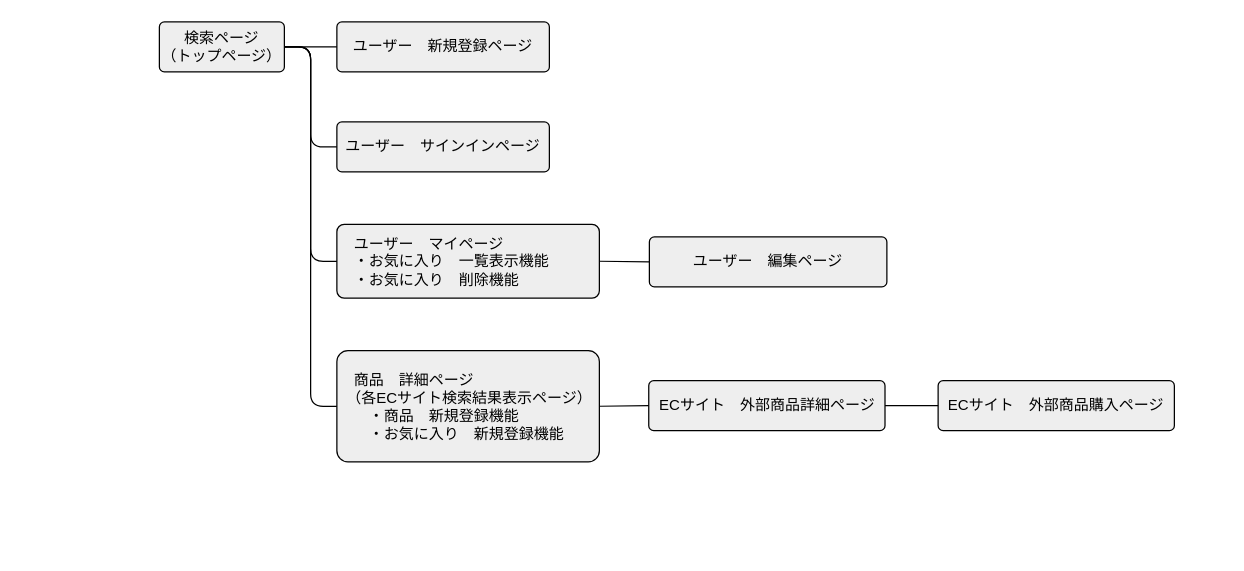
The draw.io diagram Screen-transition-diagram.dio in Koba-Qin-GitHub/smart-buyer, before the edit. Source tidied: cells renumbered, new cells numbered last; positions are measured from the earlier drawing's top-left corner, leaving out a move shared by most shapes. Both pictures are drawn from the tidied source at 125%, with x=0, y=0 at pixel (159, 21).
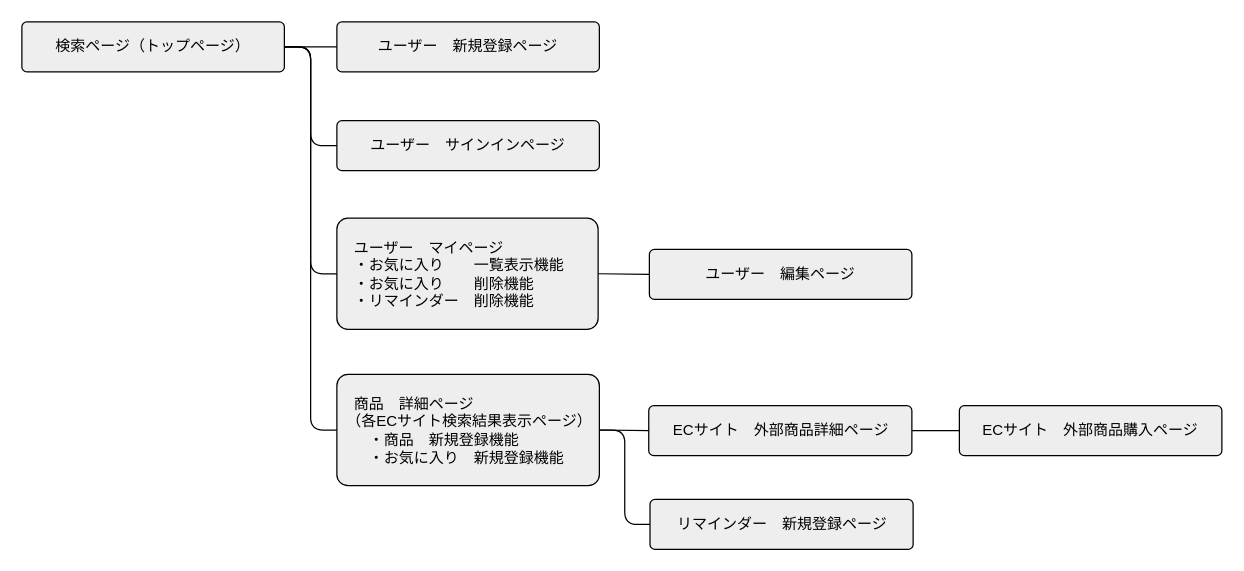
The same page after the edit.

Diff of the diagram source:
```diff
@@
 <mxGraphModel background="#FFFFFF">
   <root>
     <mxCell id="0" />
     <mxCell id="1" parent="0" />
-    <mxCell id="2" value="検索ページ&lt;br&gt;（トップページ）" style="rounded=1;arcSize=10;whiteSpace=wrap;html=1;align=center;fillColor=#eeeeee;" parent="1" vertex="1">
-      <mxGeometry width="100" height="40" as="geometry" />
+    <mxCell id="2" value="検索ページ（トップページ）" style="rounded=1;arcSize=10;whiteSpace=wrap;html=1;align=center;fillColor=#eeeeee;" parent="1" vertex="1">
+      <mxGeometry x="-110" width="210" height="40" as="geometry" />
     </mxCell>
     <mxCell id="3" value="ユーザー　サインインページ" style="rounded=1;arcSize=10;whiteSpace=wrap;html=1;align=center;fillColor=#eeeeee;" parent="1" vertex="1">
-      <mxGeometry x="142" y="80" width="170" height="40" as="geometry" />
+      <mxGeometry x="142" y="79" width="210" height="40" as="geometry" />
     </mxCell>
     <mxCell id="4" value="ユーザー　新規登録ページ" style="rounded=1;arcSize=10;whiteSpace=wrap;html=1;align=center;fillColor=#eeeeee;" parent="1" vertex="1">
-      <mxGeometry x="142" width="170" height="40" as="geometry" />
+      <mxGeometry x="142" width="210" height="40" as="geometry" />
     </mxCell>
-    <mxCell id="5" value="　ユーザー　マイページ&lt;br&gt;　・お気に入り　一覧表示機能&lt;br&gt;　・お気に入り　削除機能" style="rounded=1;arcSize=10;whiteSpace=wrap;html=1;align=left;fillColor=#eeeeee;" parent="1" vertex="1">
-      <mxGeometry x="142" y="162" width="210" height="59" as="geometry" />
+    <mxCell id="5" value="　ユーザー　マイページ&lt;br&gt;　・お気に入り　　一覧表示機能&lt;br&gt;　・お気に入り　　削除機能&lt;br&gt;　・リマインダー　削除機能" style="rounded=1;arcSize=10;whiteSpace=wrap;html=1;align=left;fillColor=#eeeeee;" parent="1" vertex="1">
+      <mxGeometry x="142" y="157" width="209" height="89" as="geometry" />
     </mxCell>
     <mxCell id="6" value="　商品　詳細ページ&lt;br&gt;　（各ECサイト検索結果表示ページ）&lt;br&gt;　　・商品　新規登録機能&lt;br&gt;　　・お気に入り　新規登録機能" style="rounded=1;arcSize=10;whiteSpace=wrap;html=1;align=left;shadow=0;fillColor=#eeeeee;" parent="1" vertex="1">
-      <mxGeometry x="142" y="263" width="210" height="89" as="geometry" />
+      <mxGeometry x="142" y="282" width="210" height="89" as="geometry" />
     </mxCell>
     <mxCell id="7" value="ECサイト　外部商品詳細ページ" style="rounded=1;arcSize=10;whiteSpace=wrap;html=1;align=center;fillColor=#eeeeee;" parent="1" vertex="1">
-      <mxGeometry x="391.5" y="287" width="189" height="40" as="geometry" />
+      <mxGeometry x="391.5" y="307" width="210.5" height="40" as="geometry" />
     </mxCell>
     <mxCell id="8" value="ECサイト　外部商品購入ページ" style="rounded=1;arcSize=10;whiteSpace=wrap;html=1;align=center;fillColor=#eeeeee;" parent="1" vertex="1">
-      <mxGeometry x="623" y="287" width="189" height="40" as="geometry" />
+      <mxGeometry x="640" y="307" width="210" height="40" as="geometry" />
     </mxCell>
     <mxCell id="9" value="ユーザー　編集ページ" style="rounded=1;arcSize=10;whiteSpace=wrap;html=1;align=center;fillColor=#eeeeee;" parent="1" vertex="1">
-      <mxGeometry x="392" y="172" width="190" height="40" as="geometry" />
+      <mxGeometry x="392" y="182" width="210" height="40" as="geometry" />
     </mxCell>
     <mxCell id="10" style="endArrow=none;html=1;entryX=0;entryY=0.5;entryDx=0;entryDy=0;edgeStyle=orthogonalEdgeStyle;elbow=vertical;exitX=1;exitY=0.5;exitDx=0;exitDy=0;" parent="1" edge="1" source="2" target="3">
       <mxGeometry relative="1" as="geometry" />
     </mxCell>
     <mxCell id="11" style="endArrow=none;html=1;entryX=0;entryY=0.5;entryDx=0;entryDy=0;edgeStyle=orthogonalEdgeStyle;elbow=vertical;exitX=1;exitY=0.5;exitDx=0;exitDy=0;" parent="1" edge="1" source="2" target="5">
       <mxGeometry relative="1" as="geometry" />
     </mxCell>
     <mxCell id="12" style="endArrow=none;html=1;entryX=0;entryY=0.5;entryDx=0;entryDy=0;edgeStyle=orthogonalEdgeStyle;elbow=vertical;exitX=1;exitY=0.5;exitDx=0;exitDy=0;" parent="1" edge="1" source="2" target="6">
       <mxGeometry relative="1" as="geometry" />
     </mxCell>
     <mxCell id="13" style="endArrow=none;html=1;entryX=0;entryY=0.5;entryDx=0;entryDy=0;elbow=vertical;exitX=1;exitY=0.5;exitDx=0;exitDy=0;" parent="1" edge="1" source="5" target="9">
       <mxGeometry relative="1" as="geometry" />
     </mxCell>
     <mxCell id="14" style="endArrow=none;html=1;entryX=0;entryY=0.5;entryDx=0;entryDy=0;elbow=vertical;exitX=1;exitY=0.5;exitDx=0;exitDy=0;" parent="1" edge="1" source="6" target="7">
       <mxGeometry relative="1" as="geometry" />
     </mxCell>
     <mxCell id="15" style="endArrow=none;html=1;entryX=0;entryY=0.5;entryDx=0;entryDy=0;elbow=vertical;exitX=1;exitY=0.5;exitDx=0;exitDy=0;" parent="1" edge="1" source="7" target="8">
       <mxGeometry relative="1" as="geometry" />
     </mxCell>
     <mxCell id="16" style="endArrow=none;html=1;entryX=0;entryY=0.5;entryDx=0;entryDy=0;elbow=vertical;exitX=1;exitY=0.5;exitDx=0;exitDy=0;" parent="1" edge="1" source="2" target="4">
       <mxGeometry relative="1" as="geometry" />
     </mxCell>
+    <mxCell id="17" value="リマインダー　新規登録ページ" style="rounded=1;arcSize=10;whiteSpace=wrap;html=1;align=center;fillColor=#eeeeee;" parent="1" vertex="1">
+      <mxGeometry x="392.5" y="382" width="210.5" height="40" as="geometry" />
+    </mxCell>
+    <mxCell id="18" style="endArrow=none;html=1;entryX=0;entryY=0.5;entryDx=0;entryDy=0;elbow=vertical;exitX=1;exitY=0.5;exitDx=0;exitDy=0;edgeStyle=orthogonalEdgeStyle;" parent="1" edge="1" source="6" target="17">
+      <mxGeometry relative="1" as="geometry" />
+    </mxCell>
   </root>
 </mxGraphModel>
```
